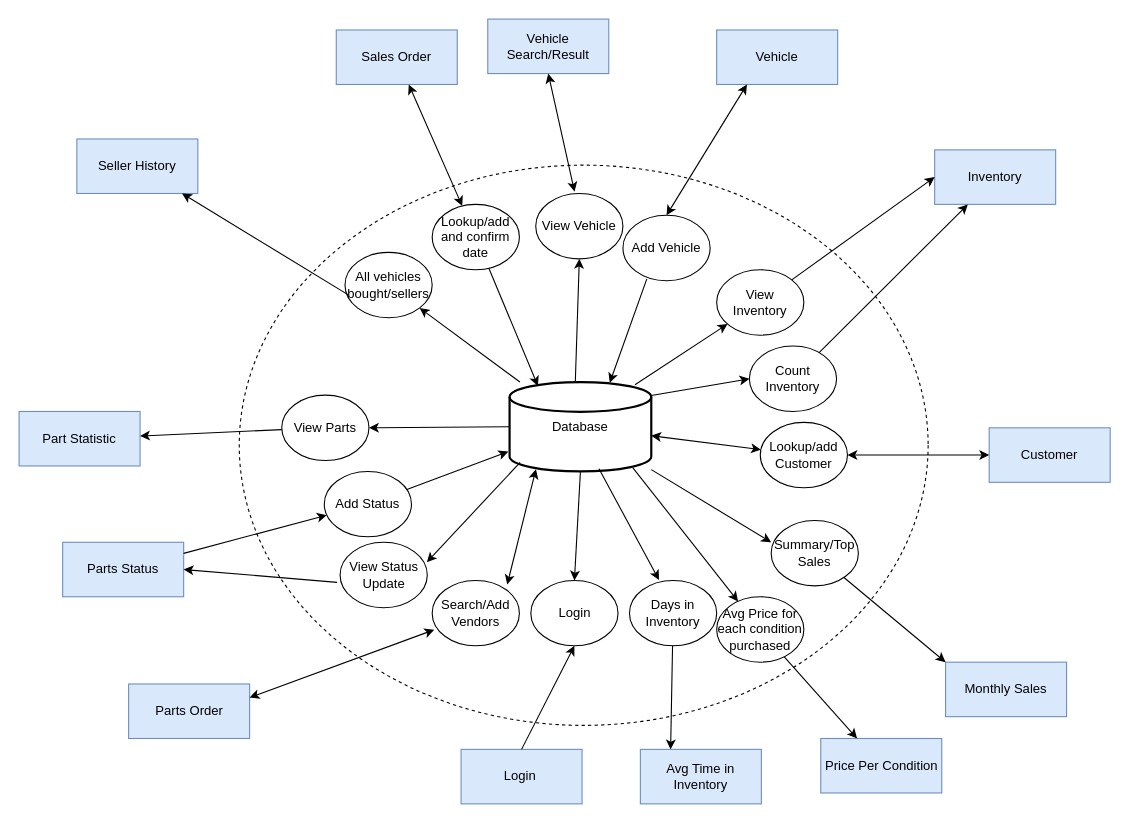
dav1dwd/CS6400 keeps this draw.io diagram as phase1IFD_2.drawio. Above is the earlier version. Source tidied: cells renumbered, new cells numbered last; positions are measured from the earlier drawing's top-left corner, leaving out a move shared by most shapes. Both pictures are drawn from the tidied source at 109%, with x=0, y=0 at pixel (19, 19).
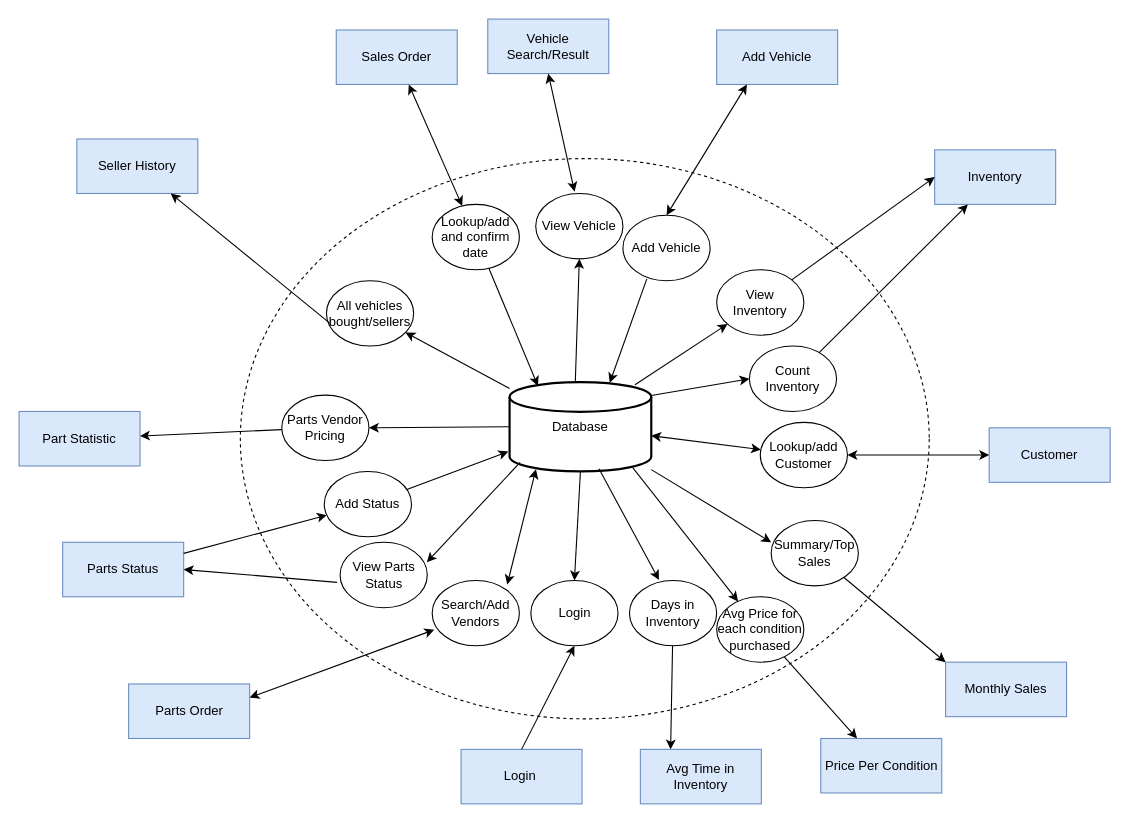
Above is the later version.

Diff of the diagram source:
```diff
@@
-    <mxCell id="6" value="View Status Update" style="ellipse;whiteSpace=wrap;html=1;" parent="1" vertex="1">
+    <mxCell id="6" value="View Parts Status" style="ellipse;whiteSpace=wrap;html=1;" parent="1" vertex="1">
       <mxGeometry x="294.5" y="480" width="80" height="60" as="geometry" />
     </mxCell>
@@
-    <mxCell id="12" value="Vehicle" style="rounded=0;whiteSpace=wrap;html=1;fillColor=#dae8fc;strokeColor=#6c8ebf;" parent="1" vertex="1">
+    <mxCell id="12" value="Add Vehicle" style="rounded=0;whiteSpace=wrap;html=1;fillColor=#dae8fc;strokeColor=#6c8ebf;" parent="1" vertex="1">
       <mxGeometry x="640" y="10" width="111" height="50" as="geometry" />
     </mxCell>
@@
-    <mxCell id="20" value="View Parts" style="ellipse;whiteSpace=wrap;html=1;" parent="1" vertex="1">
+    <mxCell id="20" value="Parts Vendor Pricing" style="ellipse;whiteSpace=wrap;html=1;" parent="1" vertex="1">
       <mxGeometry x="241" y="345" width="80" height="60" as="geometry" />
     </mxCell>
@@
     <mxCell id="56" style="ellipse;whiteSpace=wrap;html=1;fillColor=none;dashed=1;" parent="1" vertex="1">
-      <mxGeometry x="202" y="134" width="632" height="514" as="geometry" />
+      <mxGeometry x="203" y="128" width="632" height="514" as="geometry" />
     </mxCell>
@@
     <mxCell id="58" value="All vehicles bought/sellers" style="ellipse;whiteSpace=wrap;html=1;" parent="1" vertex="1">
-      <mxGeometry x="299" y="214" width="80" height="60" as="geometry" />
+      <mxGeometry x="282" y="240" width="80" height="60" as="geometry" />
     </mxCell>
```
